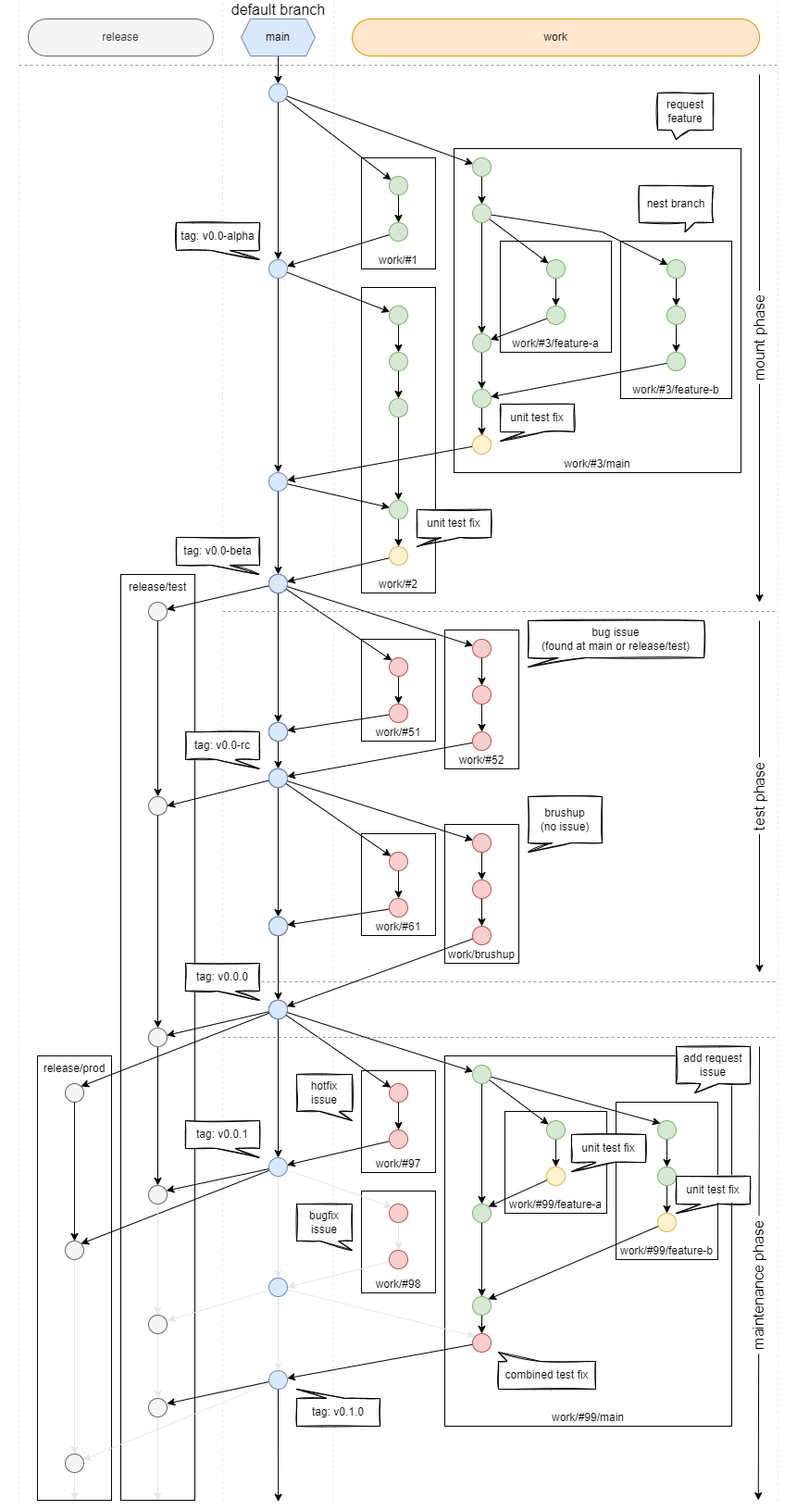
bizhermit/git-note keeps this draw.io diagram as github-issues-flow.png. Above is the earlier version. Source tidied: cells renumbered, new cells last; positions are measured from the earlier drawing's top-left corner, leaving out a move shared by most shapes.
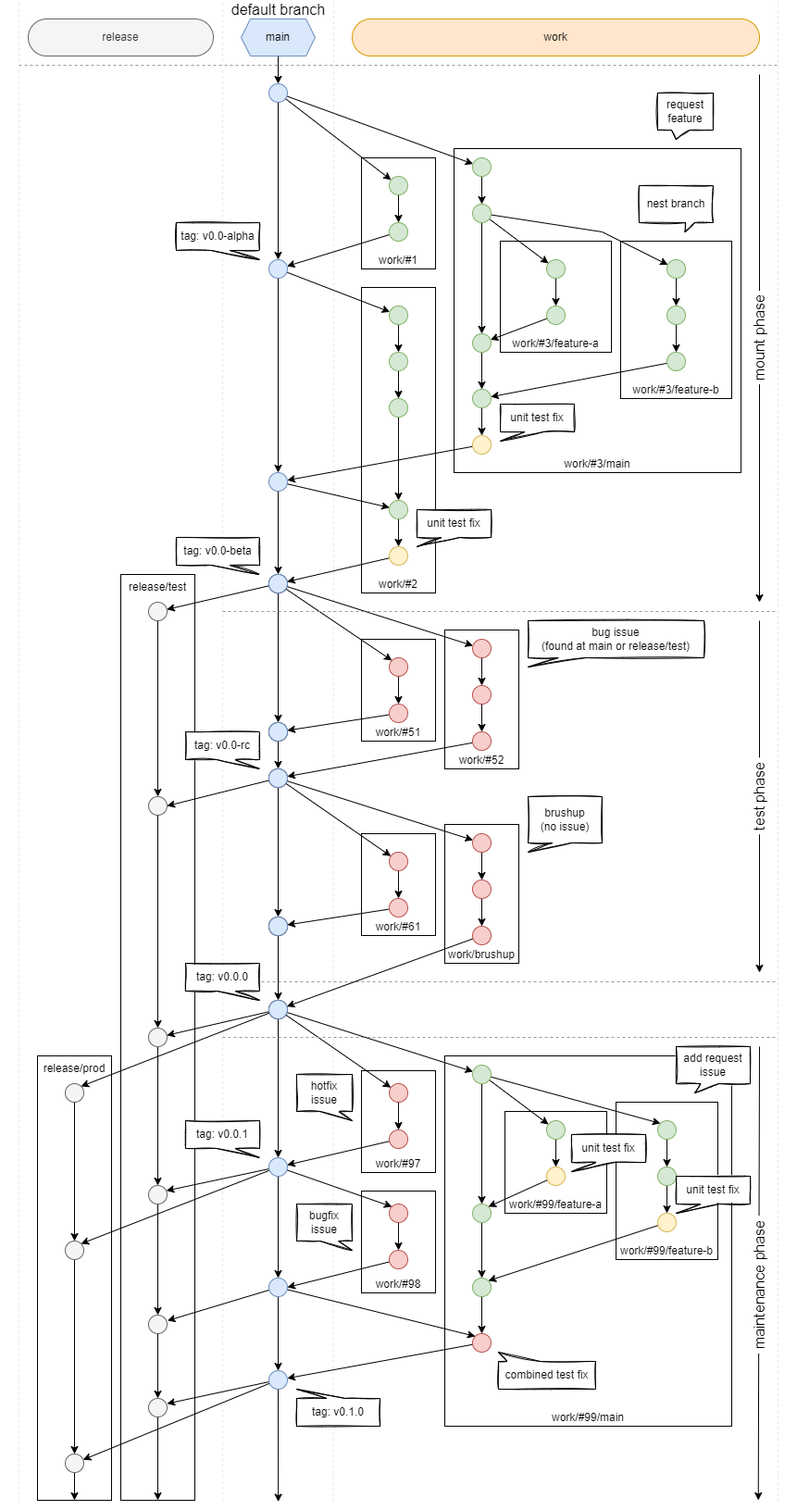
After the change.

Diff of the diagram source:
```diff
@@ -407,10 +407,10 @@
     <mxCell id="126" style="edgeStyle=none;html=1;entryX=1;entryY=0;entryDx=0;entryDy=0;" parent="1" edge="1" source="129" target="165">
       <mxGeometry relative="1" as="geometry" />
     </mxCell>
-    <mxCell id="127" style="edgeStyle=none;html=1;strokeColor=#E6E6E6;" parent="1" edge="1" source="129" target="198">
+    <mxCell id="127" style="edgeStyle=none;html=1;" parent="1" edge="1" source="129" target="198">
       <mxGeometry relative="1" as="geometry" />
     </mxCell>
-    <mxCell id="128" style="edgeStyle=none;html=1;entryX=0;entryY=0;entryDx=0;entryDy=0;strokeColor=#E6E6E6;" parent="1" edge="1" source="129" target="192">
+    <mxCell id="128" style="edgeStyle=none;html=1;entryX=0;entryY=0;entryDx=0;entryDy=0;" parent="1" edge="1" source="129" target="192">
       <mxGeometry relative="1" as="geometry" />
     </mxCell>
     <mxCell id="129" style="ellipse;whiteSpace=wrap;html=1;fillColor=#dae8fc;strokeColor=#6c8ebf;fontColor=#000000;" parent="1" vertex="1">
@@ -422,7 +422,7 @@
     <mxCell id="131" style="edgeStyle=none;html=1;entryX=1;entryY=0.28;entryDx=0;entryDy=0;entryPerimeter=0;" parent="1" edge="1" source="133" target="169">
       <mxGeometry relative="1" as="geometry" />
     </mxCell>
-    <mxCell id="132" style="edgeStyle=none;html=1;strokeColor=#E6E6E6;" parent="1" edge="1" source="133" target="190">
+    <mxCell id="132" style="edgeStyle=none;html=1;" parent="1" edge="1" source="133" target="190">
       <mxGeometry relative="1" as="geometry" />
     </mxCell>
     <mxCell id="133" style="ellipse;whiteSpace=wrap;html=1;fillColor=#dae8fc;strokeColor=#6c8ebf;fontColor=#000000;" parent="1" vertex="1">
@@ -520,19 +520,19 @@
     <mxCell id="163" style="ellipse;whiteSpace=wrap;html=1;fillColor=#f5f5f5;strokeColor=#666666;fontColor=#333333;" parent="1" vertex="1">
       <mxGeometry x="70" y="1170" width="20" height="20" as="geometry" />
     </mxCell>
-    <mxCell id="164" style="edgeStyle=none;html=1;entryX=0.5;entryY=0;entryDx=0;entryDy=0;strokeColor=#E6E6E6;" parent="1" edge="1" source="165" target="190">
+    <mxCell id="164" style="edgeStyle=none;html=1;entryX=0.5;entryY=0;entryDx=0;entryDy=0;" parent="1" edge="1" source="165" target="190">
       <mxGeometry relative="1" as="geometry" />
     </mxCell>
     <mxCell id="165" style="ellipse;whiteSpace=wrap;html=1;fillColor=#f5f5f5;strokeColor=#666666;fontColor=#333333;" parent="1" vertex="1">
       <mxGeometry x="70" y="1340" width="20" height="20" as="geometry" />
     </mxCell>
-    <mxCell id="166" style="edgeStyle=none;html=1;strokeColor=#E6E6E6;" parent="1" edge="1" source="167" target="202">
+    <mxCell id="166" style="edgeStyle=none;html=1;" parent="1" edge="1" source="167" target="202">
       <mxGeometry relative="1" as="geometry" />
     </mxCell>
     <mxCell id="167" style="ellipse;whiteSpace=wrap;html=1;fillColor=#f5f5f5;strokeColor=#666666;fontColor=#333333;" parent="1" vertex="1">
       <mxGeometry x="160" y="1280" width="20" height="20" as="geometry" />
     </mxCell>
-    <mxCell id="168" style="edgeStyle=none;html=1;strokeColor=#E6E6E6;" parent="1" edge="1" source="169" target="8">
+    <mxCell id="168" style="edgeStyle=none;html=1;" parent="1" edge="1" source="169" target="8">
       <mxGeometry relative="1" as="geometry" />
     </mxCell>
     <mxCell id="169" style="ellipse;whiteSpace=wrap;html=1;fillColor=#f5f5f5;strokeColor=#666666;fontColor=#333333;" parent="1" vertex="1">
@@ -589,7 +589,7 @@
       <mxGeometry relative="1" as="geometry" />
     </mxCell>
     <mxCell id="186" style="ellipse;whiteSpace=wrap;html=1;fillColor=#d5e8d4;strokeColor=#82b366;" parent="1" vertex="1">
-      <mxGeometry x="510" y="1400" width="20" height="20" as="geometry" />
+      <mxGeometry x="510" y="1380" width="20" height="20" as="geometry" />
     </mxCell>
     <mxCell id="187" value="unit test fix" style="shape=callout;whiteSpace=wrap;html=1;perimeter=calloutPerimeter;size=10;position=0.42;position2=1;sketch=1;flipH=1;" parent="1" vertex="1">
       <mxGeometry x="730" y="1270" width="80" height="40" as="geometry" />
@@ -597,31 +597,31 @@
     <mxCell id="188" value="unit test fix" style="shape=callout;whiteSpace=wrap;html=1;perimeter=calloutPerimeter;size=10;position=0.42;position2=1;sketch=1;flipH=1;" parent="1" vertex="1">
       <mxGeometry x="617" y="1225" width="80" height="40" as="geometry" />
     </mxCell>
-    <mxCell id="189" style="edgeStyle=none;html=1;strokeColor=#E6E6E6;entryX=0.5;entryY=1;entryDx=0;entryDy=0;" parent="1" edge="1" source="190" target="7">
+    <mxCell id="189" style="edgeStyle=none;html=1;entryX=0.5;entryY=1;entryDx=0;entryDy=0;" parent="1" edge="1" source="190" target="7">
       <mxGeometry relative="1" as="geometry" />
     </mxCell>
     <mxCell id="190" style="ellipse;whiteSpace=wrap;html=1;fillColor=#f5f5f5;strokeColor=#666666;fontColor=#333333;" parent="1" vertex="1">
       <mxGeometry x="70" y="1570" width="20" height="20" as="geometry" />
     </mxCell>
-    <mxCell id="191" style="edgeStyle=none;html=1;strokeColor=#E6E6E6;" parent="1" edge="1" source="192" target="194">
+    <mxCell id="191" style="edgeStyle=none;html=1;" parent="1" edge="1" source="192" target="194">
       <mxGeometry relative="1" as="geometry" />
     </mxCell>
     <mxCell id="192" style="ellipse;whiteSpace=wrap;html=1;fillColor=#f8cecc;strokeColor=#b85450;" parent="1" vertex="1">
       <mxGeometry x="420" y="1300" width="20" height="20" as="geometry" />
     </mxCell>
-    <mxCell id="193" style="edgeStyle=none;html=1;entryX=1;entryY=0.5;entryDx=0;entryDy=0;strokeColor=#E6E6E6;" parent="1" edge="1" source="194" target="198">
+    <mxCell id="193" style="edgeStyle=none;html=1;entryX=1;entryY=0.5;entryDx=0;entryDy=0;" parent="1" edge="1" source="194" target="198">
       <mxGeometry relative="1" as="geometry" />
     </mxCell>
     <mxCell id="194" style="ellipse;whiteSpace=wrap;html=1;fillColor=#f8cecc;strokeColor=#b85450;" parent="1" vertex="1">
       <mxGeometry x="420" y="1350" width="20" height="20" as="geometry" />
     </mxCell>
-    <mxCell id="195" style="edgeStyle=none;html=1;strokeColor=#E6E6E6;" parent="1" edge="1" source="198" target="133">
+    <mxCell id="195" style="edgeStyle=none;html=1;" parent="1" edge="1" source="198" target="133">
       <mxGeometry relative="1" as="geometry" />
     </mxCell>
-    <mxCell id="196" style="edgeStyle=none;html=1;entryX=0;entryY=0;entryDx=0;entryDy=0;strokeColor=#E6E6E6;" parent="1" edge="1" source="198" target="120">
+    <mxCell id="196" style="edgeStyle=none;html=1;entryX=0;entryY=0;entryDx=0;entryDy=0;" parent="1" edge="1" source="198" target="120">
       <mxGeometry relative="1" as="geometry" />
     </mxCell>
-    <mxCell id="197" style="edgeStyle=none;html=1;entryX=1.02;entryY=0.3;entryDx=0;entryDy=0;strokeColor=#E6E6E6;entryPerimeter=0;" parent="1" edge="1" source="198" target="202">
+    <mxCell id="197" style="edgeStyle=none;html=1;entryX=1.02;entryY=0.3;entryDx=0;entryDy=0;entryPerimeter=0;" parent="1" edge="1" source="198" target="202">
       <mxGeometry relative="1" as="geometry" />
     </mxCell>
     <mxCell id="198" style="ellipse;whiteSpace=wrap;html=1;fillColor=#dae8fc;strokeColor=#6c8ebf;fontColor=#000000;" parent="1" vertex="1">
@@ -633,7 +633,7 @@
     <mxCell id="200" value="combined test fix" style="shape=callout;whiteSpace=wrap;html=1;perimeter=calloutPerimeter;size=10;position=0.57;position2=1;sketch=1;direction=west;base=36;" parent="1" vertex="1">
       <mxGeometry x="538" y="1460" width="105" height="40" as="geometry" />
     </mxCell>
-    <mxCell id="201" style="edgeStyle=none;html=1;strokeColor=#E6E6E6;" parent="1" edge="1" source="202" target="169">
+    <mxCell id="201" style="edgeStyle=none;html=1;" parent="1" edge="1" source="202" target="169">
       <mxGeometry relative="1" as="geometry" />
     </mxCell>
     <mxCell id="202" style="ellipse;whiteSpace=wrap;html=1;fillColor=#f5f5f5;strokeColor=#666666;fontColor=#333333;" parent="1" vertex="1">
```
